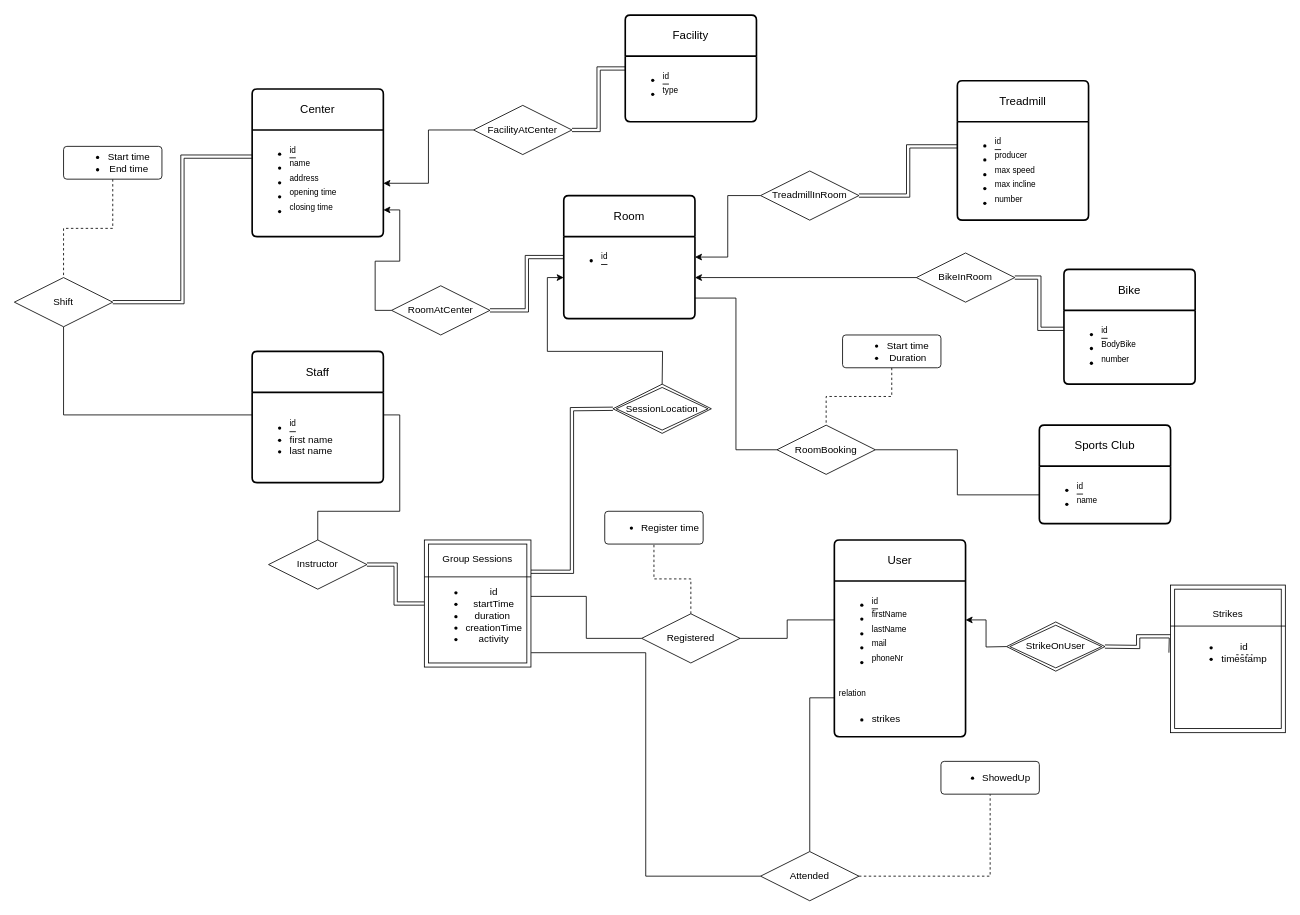
Simenf05/database-project keeps this draw.io diagram as er-diagram.drawio. Above is the earlier version. Source tidied: cells renumbered, new cells numbered last; positions are measured from the earlier drawing's top-left corner, leaving out a move shared by most shapes. Both pictures are drawn from the tidied source at 82%, with x=0, y=0 at pixel (14, 15).
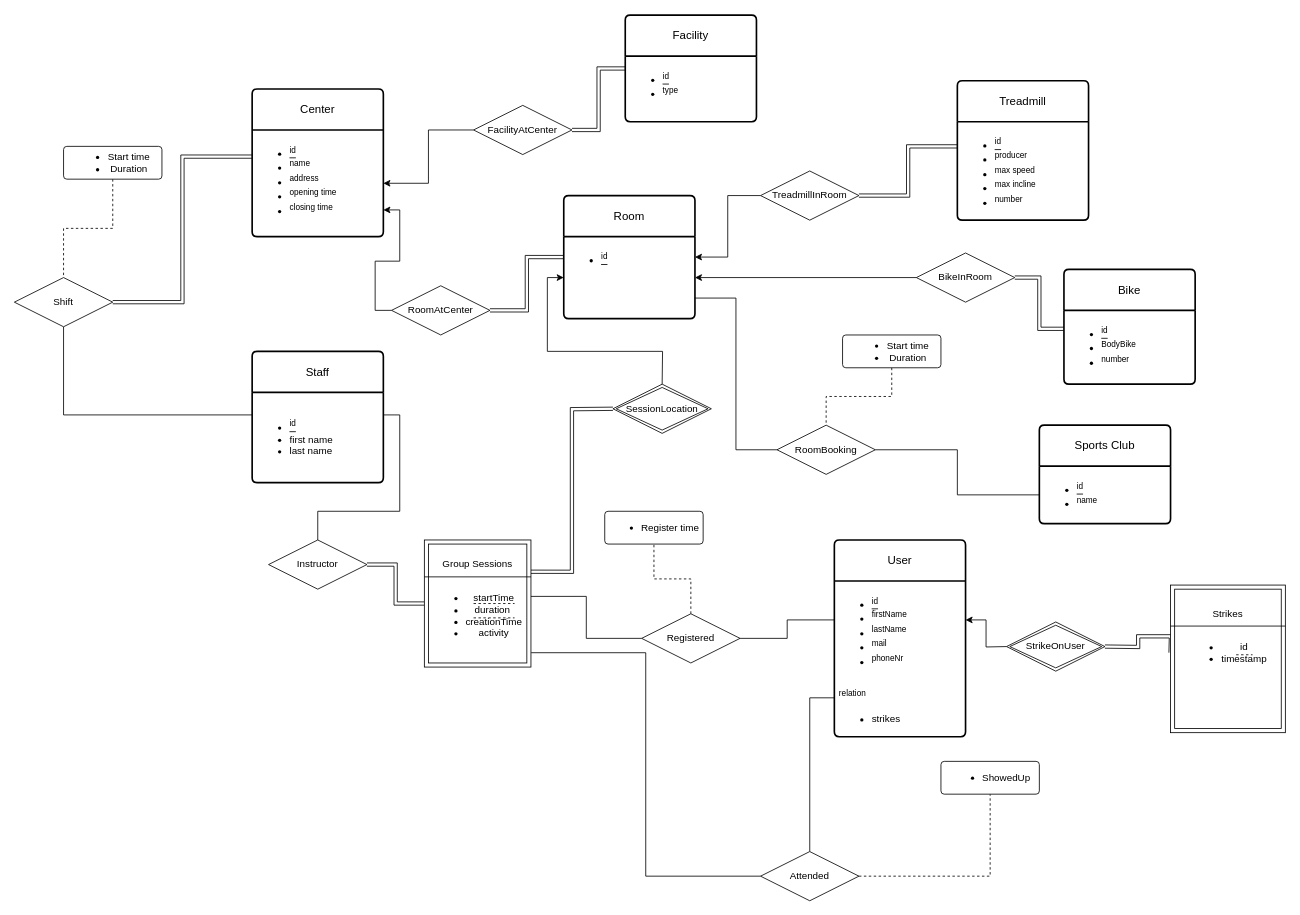
Above is the later version.

Commit message (it also covers changes not shown here):
finished relational diagram

Diff of the diagram source:
```diff
@@
-    <mxCell id="21" value="&lt;div&gt;&lt;ul&gt;&lt;li&gt;Start time&lt;/li&gt;&lt;li&gt;End time&lt;/li&gt;&lt;/ul&gt;&lt;/div&gt;" style="rounded=1;arcSize=10;whiteSpace=wrap;html=1;align=center;" parent="1" vertex="1">
+    <mxCell id="21" value="&lt;ul&gt;&lt;li&gt;Start time&lt;/li&gt;&lt;li&gt;Duration&lt;/li&gt;&lt;/ul&gt;" style="rounded=1;arcSize=10;whiteSpace=wrap;html=1;align=center;" parent="1" vertex="1">
       <mxGeometry x="60" y="160" width="120" height="40" as="geometry" />
     </mxCell>
@@
-    <mxCell id="62" value="Group Sessions&lt;div&gt;&lt;br&gt;&lt;/div&gt;&lt;div&gt;&lt;ul&gt;&lt;li&gt;id&lt;/li&gt;&lt;li&gt;startTime&lt;/li&gt;&lt;li&gt;duration&amp;nbsp;&lt;/li&gt;&lt;li&gt;creationTime&lt;/li&gt;&lt;li&gt;activity&lt;/li&gt;&lt;/ul&gt;&lt;/div&gt;" style="shape=ext;margin=3;double=1;whiteSpace=wrap;html=1;align=center;" parent="1" vertex="1">
+    <mxCell id="62" value="Group Sessions&lt;div&gt;&lt;br&gt;&lt;div&gt;&lt;ul&gt;&lt;li&gt;startTime&lt;/li&gt;&lt;li&gt;duration&amp;nbsp;&lt;/li&gt;&lt;li&gt;creationTime&lt;/li&gt;&lt;li&gt;activity&lt;/li&gt;&lt;/ul&gt;&lt;/div&gt;&lt;/div&gt;" style="shape=ext;margin=3;double=1;whiteSpace=wrap;html=1;align=center;" parent="1" vertex="1">
       <mxGeometry x="500" y="640" width="130" height="155" as="geometry" />
     </mxCell>
@@
+    <mxCell id="65" style="line;strokeWidth=1;dashed=1;labelPosition=right;align=left;verticalAlign=middle;spacingTop=0;spacingLeft=6;" parent="1" vertex="1">
+      <mxGeometry x="560" y="712.5" width="50" height="10" as="geometry" />
+    </mxCell>
+    <mxCell id="66" style="line;strokeWidth=1;dashed=1;labelPosition=right;align=left;verticalAlign=middle;spacingTop=0;spacingLeft=6;" parent="1" vertex="1">
+      <mxGeometry x="560" y="730" width="50" height="10" as="geometry" />
+    </mxCell>
```
